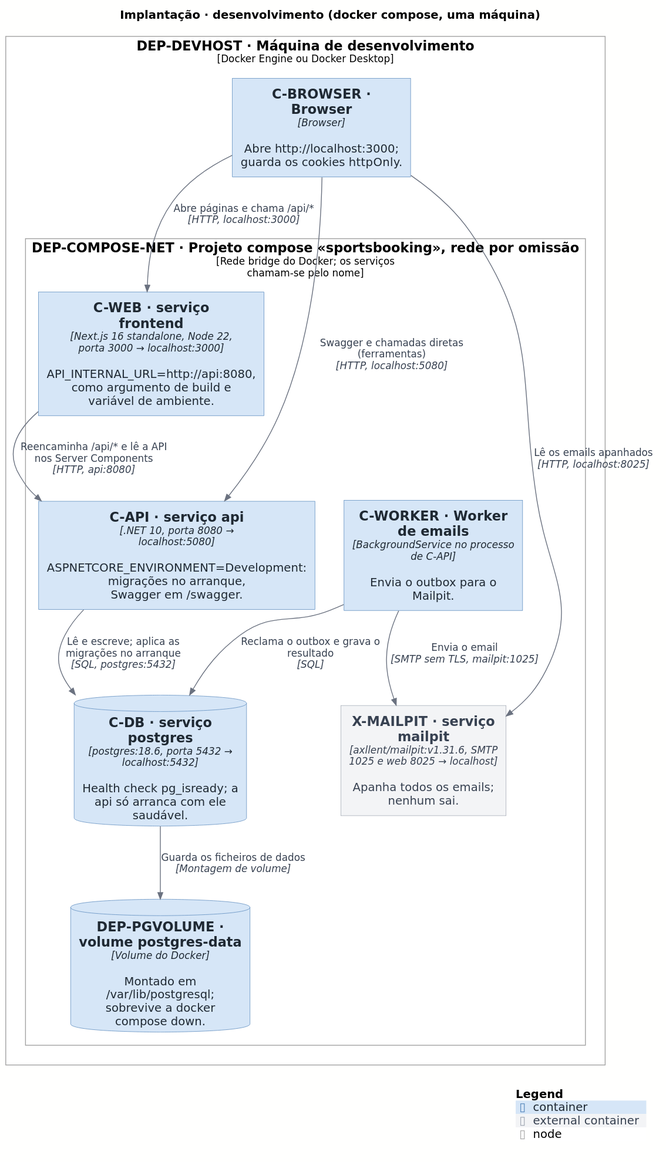
This is docs/architecture/out/04-deployment-dev.svg from rodrigo4sousa/SportsEstablishments, a PlantUML export, as it was before one commit.
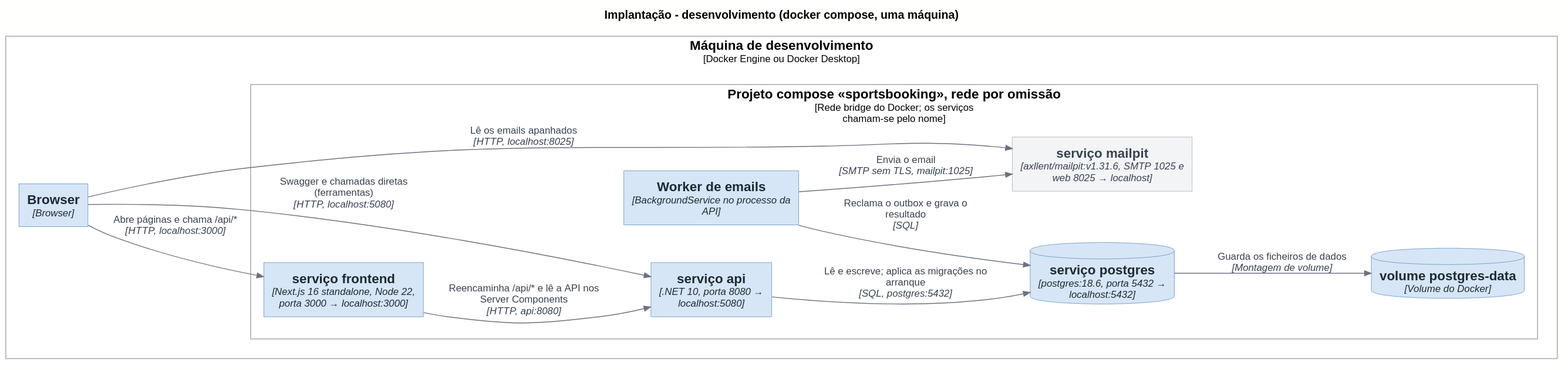
The same diagram one commit later.

The edit, as a diff of the source:
```diff
@@ -2,20 +2,20 @@
 !include <C4/C4_Deployment>
 !include ../style.puml
 
-title Implantação · desenvolvimento (docker compose, uma máquina)
+title Implantação - desenvolvimento (docker compose, uma máquina)
 
-LAYOUT_TOP_DOWN()
+LAYOUT_LEFT_RIGHT()
 
-Deployment_Node(DEP_DEVHOST, "DEP-DEVHOST · Máquina de desenvolvimento", "Docker Engine ou Docker Desktop") {
-  Container(C_BROWSER, "C-BROWSER · Browser", "Browser", "Abre http://localhost:3000; guarda os cookies httpOnly.")
+Deployment_Node(DEP_DEVHOST, "Máquina de desenvolvimento", "Docker Engine ou Docker Desktop") {
+  Container(C_BROWSER, "Browser", "Browser")
 
-  Deployment_Node(DEP_COMPOSE_NET, "DEP-COMPOSE-NET · Projeto compose «sportsbooking», rede por omissão", "Rede bridge do Docker; os serviços chamam-se pelo nome") {
-    Container(C_WEB, "C-WEB · serviço frontend", "Next.js 16 standalone, Node 22, porta 3000 → localhost:3000", "API_INTERNAL_URL=http://api:8080, como argumento de build e variável de ambiente.")
-    Container(C_API, "C-API · serviço api", ".NET 10, porta 8080 → localhost:5080", "ASPNETCORE_ENVIRONMENT=Development: migrações no arranque, Swagger em /swagger.")
-    Container(C_WORKER, "C-WORKER · Worker de emails", "BackgroundService no processo de C-API", "Envia o outbox para o Mailpit.")
-    ContainerDb(C_DB, "C-DB · serviço postgres", "postgres:18.6, porta 5432 → localhost:5432", "Health check pg_isready; a api só arranca com ele saudável.")
-    Container_Ext(X_MAILPIT, "X-MAILPIT · serviço mailpit", "axllent/mailpit:v1.31.6, SMTP 1025 e web 8025 → localhost", "Apanha todos os emails; nenhum sai.")
-    ContainerDb(DEP_PGVOLUME, "DEP-PGVOLUME · volume postgres-data", "Volume do Docker", "Montado em /var/lib/postgresql; sobrevive a docker compose down.")
+  Deployment_Node(DEP_COMPOSE_NET, "Projeto compose «sportsbooking», rede por omissão", "Rede bridge do Docker; os serviços chamam-se pelo nome") {
+    Container(C_WEB, "serviço frontend", "Next.js 16 standalone, Node 22, porta 3000 → localhost:3000")
+    Container(C_API, "serviço api", ".NET 10, porta 8080 → localhost:5080")
+    Container(C_WORKER, "Worker de emails", "BackgroundService no processo da API")
+    ContainerDb(C_DB, "serviço postgres", "postgres:18.6, porta 5432 → localhost:5432")
+    Container_Ext(X_MAILPIT, "serviço mailpit", "axllent/mailpit:v1.31.6, SMTP 1025 e web 8025 → localhost")
+    ContainerDb(DEP_PGVOLUME, "volume postgres-data", "Volume do Docker")
   }
 }
 
@@ -27,6 +27,4 @@
 Rel(C_WORKER, C_DB, $plain("Reclama o outbox e grava o resultado"), "SQL")
 Rel(C_WORKER, X_MAILPIT, $plain("Envia o email"), "SMTP sem TLS, mailpit:1025")
 Rel(C_DB, DEP_PGVOLUME, $plain("Guarda os ficheiros de dados"), "Montagem de volume")
-
-SHOW_LEGEND()
 @enduml
```
